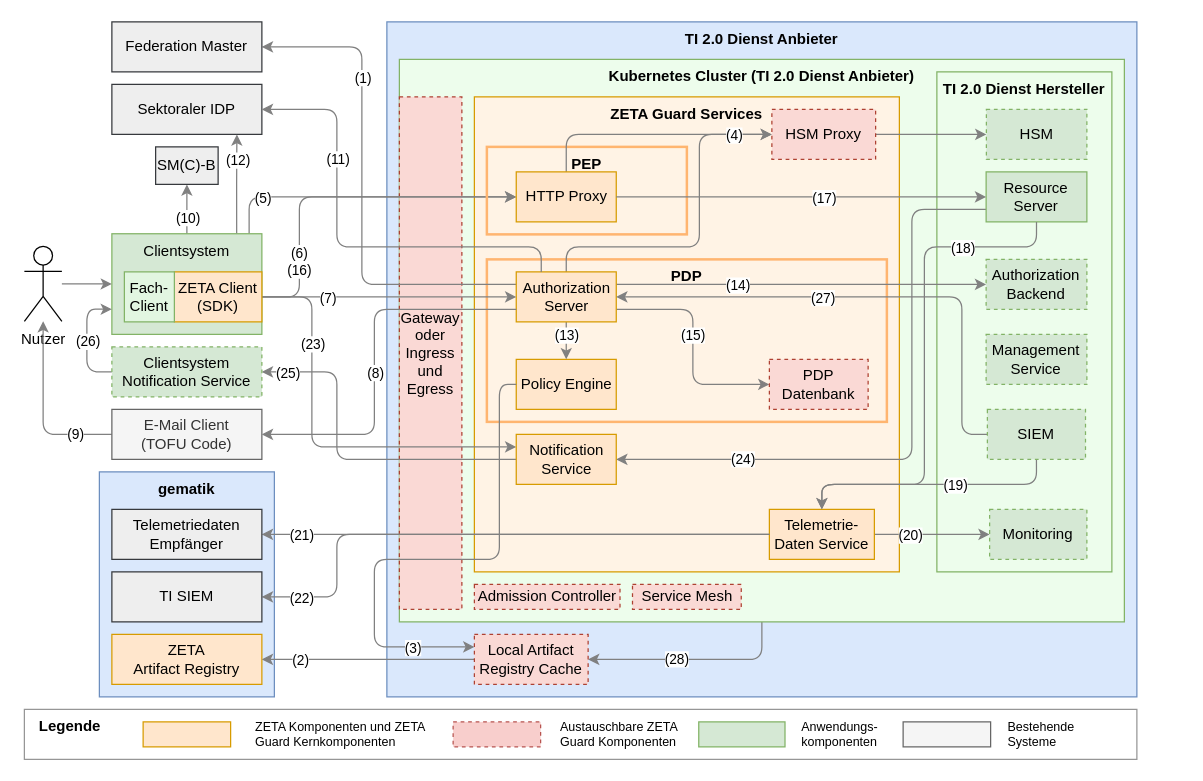
gematik/zeta keeps this draw.io diagram as src/drawio/Zero-Trust-Architektur.drawio. Above is the earlier version. Source tidied: cells renumbered, new cells numbered last; positions are measured from the earlier drawing's top-left corner, leaving out a move shared by most shapes. Both pictures are drawn from the tidied source at 125%, with x=0, y=0 at pixel (24, 21).
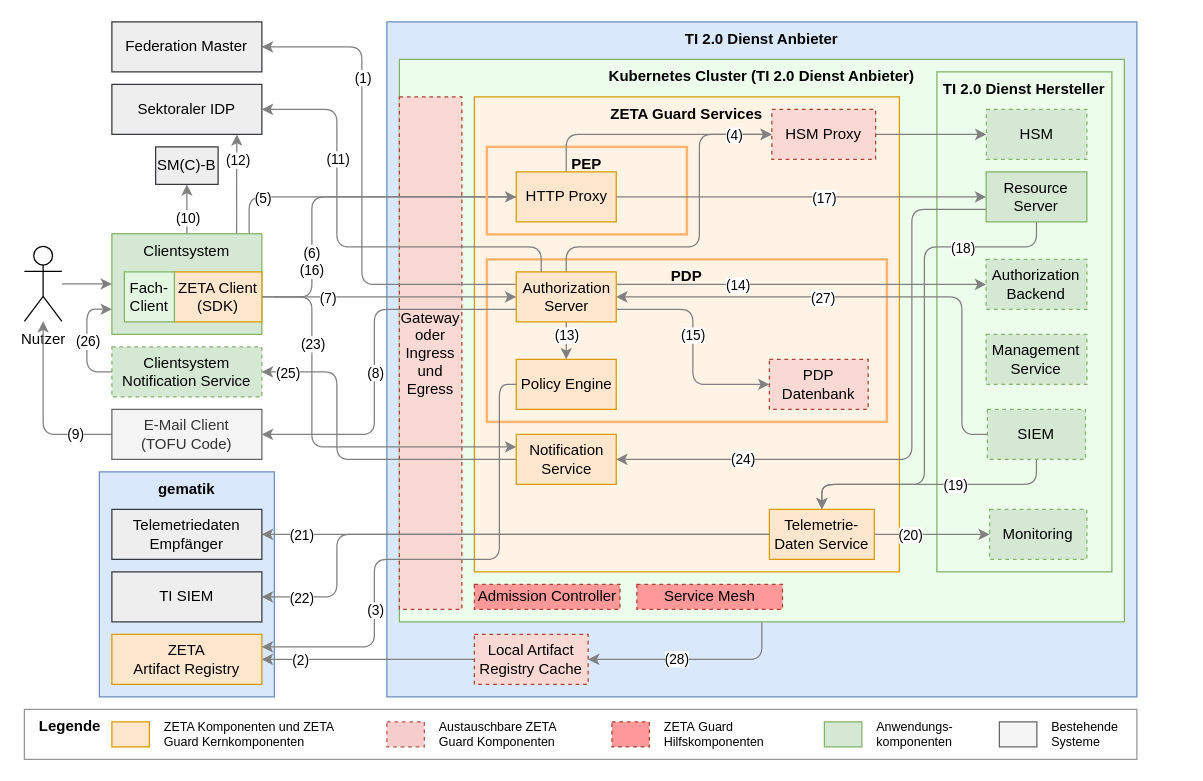
Above is the later version.

The change refers to these unchanged cells:
```xml
<mxCell id="9" value="Policy Engine" style="rounded=0;whiteSpace=wrap;html=1;fillColor=#ffe6cc;strokeColor=#d79b00;" parent="1" vertex="1">
  <mxGeometry x="393.5" y="270" width="80" height="40" as="geometry" />
</mxCell>
<mxCell id="59" value="&lt;div&gt;ZETA&lt;/div&gt;Artifact Registry" style="rounded=0;whiteSpace=wrap;html=1;fillColor=#ffe6cc;strokeColor=#d79b00;" parent="1" vertex="1">
  <mxGeometry x="70" y="490" width="120" height="40" as="geometry" />
</mxCell>
<mxCell id="73" value="ZETA Client&lt;div&gt;(SDK)&lt;/div&gt;" style="rounded=0;whiteSpace=wrap;html=1;fillColor=#ffe6cc;strokeColor=#d79b00;" parent="1" vertex="1">
  <mxGeometry x="120" y="200" width="70" height="40" as="geometry" />
</mxCell>
<mxCell id="77" value="HTTP Proxy" style="rounded=0;whiteSpace=wrap;html=1;fillColor=#ffe6cc;strokeColor=#d79b00;" parent="1" vertex="1">
  <mxGeometry x="393.5" y="120" width="80" height="40" as="geometry" />
</mxCell>
<mxCell id="101" value="Local Artifact Registry Cache" style="rounded=0;whiteSpace=wrap;html=1;dashed=1;fillColor=#fad9d5;strokeColor=#ae4132;" parent="1" vertex="1">
  <mxGeometry x="360" y="490" width="91" height="40" as="geometry" />
</mxCell>
```

Change to the diagram source:
```diff
@@
-    <mxCell id="23" style="edgeStyle=orthogonalEdgeStyle;rounded=1;jettySize=auto;html=1;entryX=0;entryY=0.25;entryDx=0;entryDy=0;exitX=0;exitY=0.5;exitDx=0;exitDy=0;curved=0;strokeColor=#808080;" parent="1" edge="1" source="9" target="101">
+    <mxCell id="23" style="edgeStyle=orthogonalEdgeStyle;rounded=1;jettySize=auto;html=1;entryX=1;entryY=0.25;entryDx=0;entryDy=0;exitX=0;exitY=0.5;exitDx=0;exitDy=0;curved=0;strokeColor=#808080;" parent="1" edge="1" source="9" target="59">
       <mxGeometry relative="1" as="geometry">
         <Array as="points">
           <mxPoint x="380" y="290" />
           <mxPoint x="380" y="430" />
           <mxPoint x="280" y="430" />
           <mxPoint x="280" y="500" />
         </Array>
       </mxGeometry>
     </mxCell>
     <mxCell id="24" value="(3)" style="edgeLabel;html=1;align=center;verticalAlign=middle;" parent="23" vertex="1">
       <mxGeometry x="0.45" y="-1" relative="1" as="geometry">
-        <mxPoint x="31" y="31" as="offset" />
+        <mxPoint x="1" y="-6" as="offset" />
       </mxGeometry>
     </mxCell>
@@
-    <mxCell id="36" style="edgeStyle=orthogonalEdgeStyle;rounded=1;jettySize=auto;html=1;curved=0;entryX=0;entryY=0.5;entryDx=0;entryDy=0;exitX=1;exitY=0.5;exitDx=0;exitDy=0;strokeColor=#808080;" parent="1" edge="1" source="73" target="77">
+    <mxCell id="36" style="edgeStyle=orthogonalEdgeStyle;rounded=1;orthogonalLoop=1;jettySize=auto;html=1;curved=0;entryX=0;entryY=0.5;entryDx=0;entryDy=0;exitX=1;exitY=0.5;exitDx=0;exitDy=0;strokeColor=#808080;" parent="1" edge="1">
       <mxGeometry relative="1" as="geometry">
+        <mxPoint x="200" y="220" as="sourcePoint" />
+        <mxPoint x="403.5" y="140" as="targetPoint" />
         <Array as="points">
-          <mxPoint x="220" y="220" />
-          <mxPoint x="220" y="140" />
+          <mxPoint x="230" y="220" />
+          <mxPoint x="230" y="140" />
         </Array>
       </mxGeometry>
     </mxCell>
@@
     <mxCell id="61" style="rounded=0;whiteSpace=wrap;html=1;fillColor=#ffe6cc;strokeColor=#d79b00;fontSize=10;" parent="1" vertex="1">
-      <mxGeometry x="95" y="560" width="70" height="20" as="geometry" />
+      <mxGeometry x="70" y="560" width="30" height="20" as="geometry" />
     </mxCell>
     <mxCell id="62" value="ZETA Komponenten und ZETA&lt;div&gt;Guard Kernkomponenten&lt;/div&gt;" style="text;html=1;align=left;verticalAlign=middle;whiteSpace=wrap;rounded=0;fontSize=10;" parent="1" vertex="1">
-      <mxGeometry x="183" y="560" width="150" height="20" as="geometry" />
+      <mxGeometry x="110" y="560" width="150" height="20" as="geometry" />
     </mxCell>
     <mxCell id="63" style="rounded=0;whiteSpace=wrap;html=1;fillColor=#d5e8d4;strokeColor=#82b366;fontSize=10;" parent="1" vertex="1">
-      <mxGeometry x="539.5" y="560" width="69" height="20" as="geometry" />
+      <mxGeometry x="640" y="560" width="30" height="20" as="geometry" />
     </mxCell>
     <mxCell id="64" value="Anwendungs-&lt;div&gt;k&lt;span style=&quot;background-color: transparent; color: light-dark(rgb(0, 0, 0), rgb(255, 255, 255));&quot;&gt;omponenten&lt;/span&gt;&lt;/div&gt;" style="text;html=1;align=left;verticalAlign=middle;whiteSpace=wrap;rounded=0;fontSize=10;" parent="1" vertex="1">
-      <mxGeometry x="619.5" y="560" width="69.5" height="20" as="geometry" />
+      <mxGeometry x="680" y="560" width="69.5" height="20" as="geometry" />
     </mxCell>
     <mxCell id="65" style="rounded=0;whiteSpace=wrap;html=1;fillColor=#f5f5f5;strokeColor=#666666;fontColor=#333333;fontSize=10;" parent="1" vertex="1">
-      <mxGeometry x="703" y="560" width="70" height="20" as="geometry" />
+      <mxGeometry x="780" y="560" width="30" height="20" as="geometry" />
     </mxCell>
     <mxCell id="66" value="Bestehende&lt;div&gt;&lt;span style=&quot;background-color: transparent; color: light-dark(rgb(0, 0, 0), rgb(255, 255, 255));&quot;&gt;Systeme&lt;/span&gt;&lt;/div&gt;" style="text;html=1;align=left;verticalAlign=middle;whiteSpace=wrap;rounded=0;fontSize=10;" parent="1" vertex="1">
-      <mxGeometry x="785" y="560" width="105" height="20" as="geometry" />
+      <mxGeometry x="820" y="560" width="105" height="20" as="geometry" />
     </mxCell>
@@
     <mxCell id="92" value="Austauschbare ZETA&lt;div&gt;Guard Komponenten&lt;/div&gt;" style="text;html=1;align=left;verticalAlign=middle;whiteSpace=wrap;rounded=0;fontSize=10;" parent="1" vertex="1">
-      <mxGeometry x="427" y="560" width="106" height="20" as="geometry" />
+      <mxGeometry x="330" y="560" width="106" height="20" as="geometry" />
     </mxCell>
     <mxCell id="93" style="rounded=0;whiteSpace=wrap;html=1;fillColor=#f8cecc;strokeColor=#b85450;dashed=1;fontSize=10;" parent="1" vertex="1">
-      <mxGeometry x="343" y="560" width="70" height="20" as="geometry" />
+      <mxGeometry x="290" y="560" width="30" height="20" as="geometry" />
     </mxCell>
@@
-    <mxCell id="97" value="&lt;div&gt;Admission Controller&lt;/div&gt;" style="rounded=0;whiteSpace=wrap;html=1;dashed=1;fillColor=#fad9d5;strokeColor=#ae4132;" parent="1" vertex="1">
+    <mxCell id="97" value="&lt;div&gt;Admission Controller&lt;/div&gt;" style="rounded=0;whiteSpace=wrap;html=1;dashed=1;fillColor=#FF9999;strokeColor=#ae4132;" parent="1" vertex="1">
       <mxGeometry x="360" y="450" width="116.5" height="20" as="geometry" />
     </mxCell>
-    <mxCell id="98" value="Service Mesh" style="rounded=0;whiteSpace=wrap;html=1;dashed=1;fillColor=#fad9d5;strokeColor=#ae4132;" parent="1" vertex="1">
-      <mxGeometry x="486.5" y="450" width="87" height="20" as="geometry" />
-    </mxCell>
@@
+    <mxCell id="104" value="ZETA&amp;nbsp;&lt;span style=&quot;background-color: transparent; color: light-dark(rgb(0, 0, 0), rgb(255, 255, 255));&quot;&gt;Guard Hilfskomponenten&lt;/span&gt;" style="text;html=1;align=left;verticalAlign=middle;whiteSpace=wrap;rounded=0;fontSize=10;" parent="1" vertex="1">
+      <mxGeometry x="510" y="560" width="96.5" height="20" as="geometry" />
+    </mxCell>
+    <mxCell id="98" value="&lt;div&gt;Service Mesh&lt;/div&gt;" style="rounded=0;whiteSpace=wrap;html=1;dashed=1;fillColor=#FF9999;strokeColor=#ae4132;" parent="1" vertex="1">
+      <mxGeometry x="490" y="450" width="116.5" height="20" as="geometry" />
+    </mxCell>
+    <mxCell id="105" style="rounded=0;whiteSpace=wrap;html=1;dashed=1;fillColor=#FF9999;strokeColor=#ae4132;" parent="1" vertex="1">
+      <mxGeometry x="470" y="560" width="30" height="20" as="geometry" />
+    </mxCell>
```
